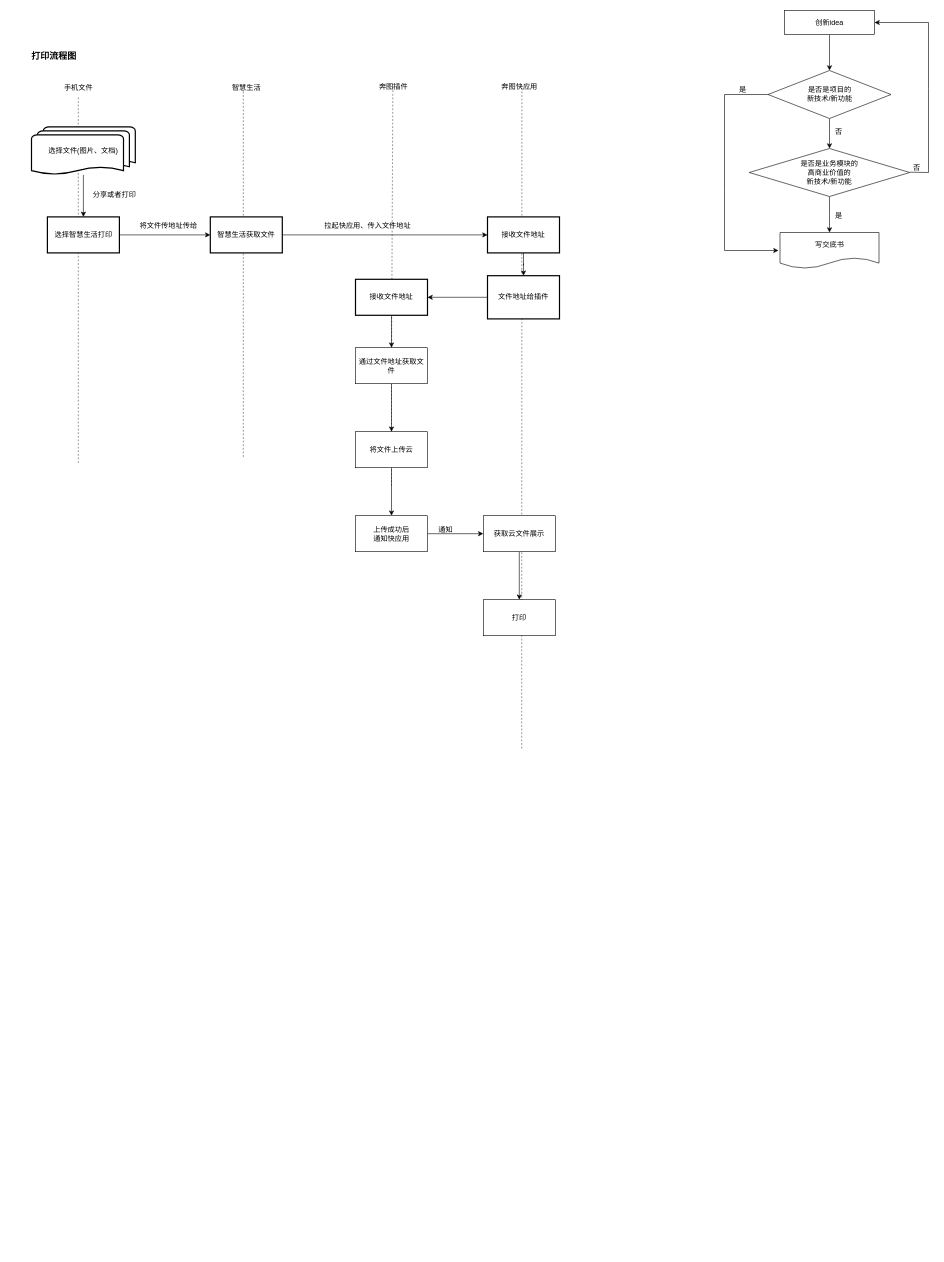
The draw.io diagram page "奔图" (1 of 8) of 流程图.drawio in xili95/liuChengTu, before the edit. Source tidied: cells renumbered, new cells numbered last; positions are measured from the earlier drawing's top-left corner, leaving out a move shared by most shapes. Both pictures are drawn from the tidied source at 60%, with x=0, y=0 at pixel (22, 10). Pictures stored in the file or linked from it are replaced by grey dashed boxes.
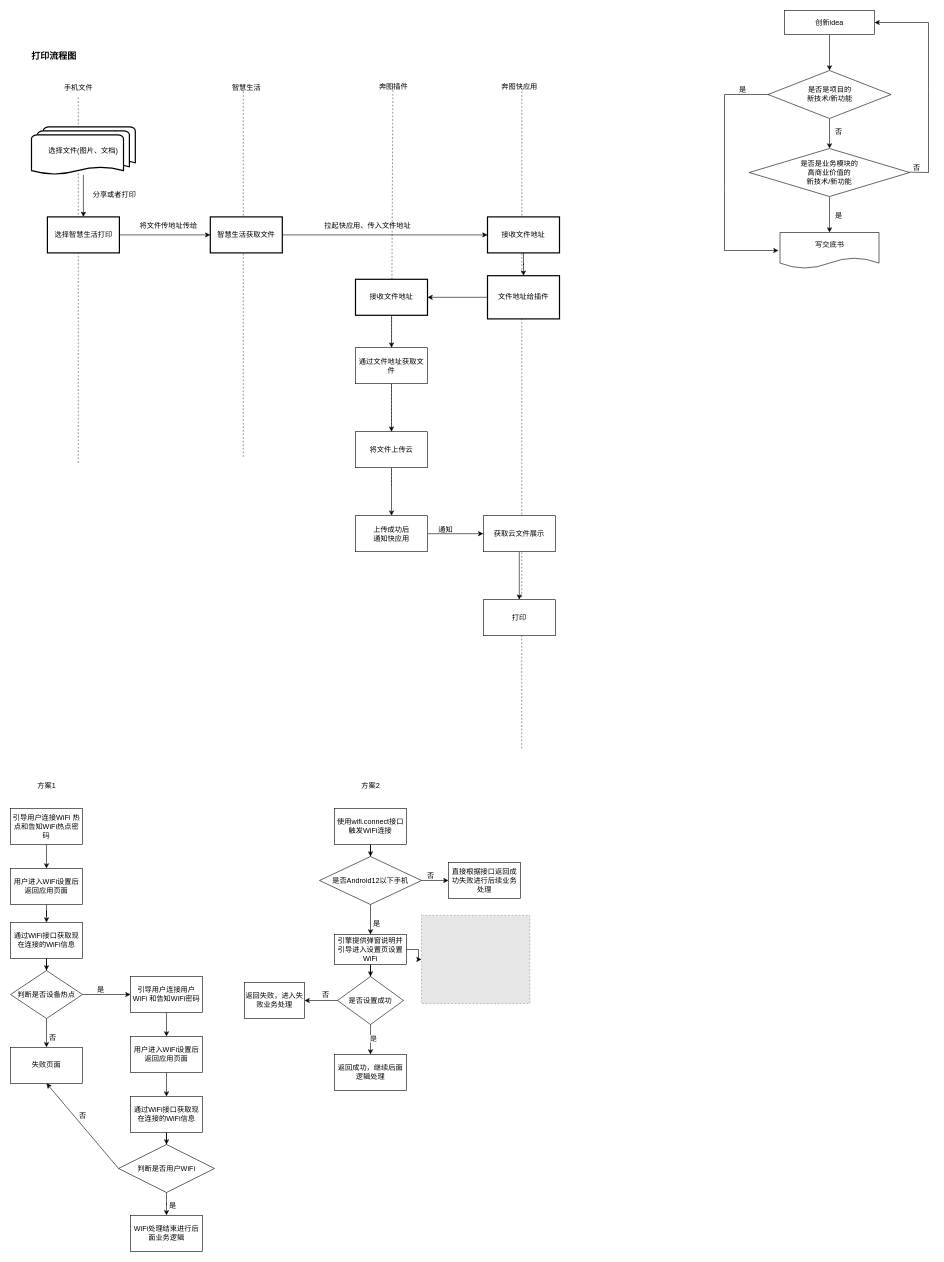
The same diagram, later.

Commit message:
更新流程图.drawio

Change to the diagram source:
```diff
@@
+    <mxCell id="52" value="方案1" style="text;html=1;align=center;verticalAlign=middle;strokeColor=none;fillColor=none;" parent="1" vertex="1">
+      <mxGeometry x="15" y="1278" width="50" height="30" as="geometry" />
+    </mxCell>
+    <mxCell id="53" style="edgeStyle=orthogonalEdgeStyle;rounded=0;jettySize=auto;html=1;" parent="1" edge="1" source="54" target="56">
+      <mxGeometry relative="1" as="geometry" />
+    </mxCell>
+    <mxCell id="54" value="引导用户连接WiFi 热点和告知WiFi热点密码" style="whiteSpace=wrap;html=1;" parent="1" vertex="1">
+      <mxGeometry x="-20" y="1330" width="120" height="60" as="geometry" />
+    </mxCell>
+    <mxCell id="55" style="edgeStyle=orthogonalEdgeStyle;rounded=0;jettySize=auto;html=1;" parent="1" edge="1" source="56" target="58">
+      <mxGeometry relative="1" as="geometry" />
+    </mxCell>
+    <mxCell id="56" value="用户进入WiFi设置后返回应用页面" style="whiteSpace=wrap;html=1;" parent="1" vertex="1">
+      <mxGeometry x="-20" y="1430" width="120" height="60" as="geometry" />
+    </mxCell>
+    <mxCell id="57" style="edgeStyle=orthogonalEdgeStyle;rounded=0;jettySize=auto;html=1;" parent="1" edge="1" source="58" target="61">
+      <mxGeometry relative="1" as="geometry" />
+    </mxCell>
+    <mxCell id="58" value="通过WiFi接口获取现在连接的WiFi信息" style="whiteSpace=wrap;html=1;" parent="1" vertex="1">
+      <mxGeometry x="-20" y="1520" width="120" height="60" as="geometry" />
+    </mxCell>
+    <mxCell id="59" style="edgeStyle=orthogonalEdgeStyle;rounded=0;jettySize=auto;html=1;" parent="1" edge="1" source="61" target="63">
+      <mxGeometry relative="1" as="geometry" />
+    </mxCell>
+    <mxCell id="60" style="edgeStyle=orthogonalEdgeStyle;rounded=0;jettySize=auto;html=1;" parent="1" edge="1" source="61" target="65">
+      <mxGeometry relative="1" as="geometry" />
+    </mxCell>
+    <mxCell id="61" value="判断是否设备热点" style="rhombus;whiteSpace=wrap;html=1;" parent="1" vertex="1">
+      <mxGeometry x="-20" y="1600" width="120" height="80" as="geometry" />
+    </mxCell>
+    <mxCell id="62" style="edgeStyle=orthogonalEdgeStyle;rounded=0;jettySize=auto;html=1;" parent="1" edge="1" source="63" target="68">
+      <mxGeometry relative="1" as="geometry" />
+    </mxCell>
+    <mxCell id="63" value="引导用户连接用户WiFi 和告知WiFi密码" style="whiteSpace=wrap;html=1;" parent="1" vertex="1">
+      <mxGeometry x="180" y="1610" width="120" height="60" as="geometry" />
+    </mxCell>
+    <mxCell id="64" value="是" style="text;html=1;align=center;verticalAlign=middle;strokeColor=none;fillColor=none;" parent="1" vertex="1">
+      <mxGeometry x="110" y="1618" width="40" height="30" as="geometry" />
+    </mxCell>
+    <mxCell id="65" value="失败页面" style="whiteSpace=wrap;html=1;" parent="1" vertex="1">
+      <mxGeometry x="-20" y="1728" width="120" height="60" as="geometry" />
+    </mxCell>
+    <mxCell id="66" value="否" style="text;html=1;align=center;verticalAlign=middle;strokeColor=none;fillColor=none;" parent="1" vertex="1">
+      <mxGeometry x="30" y="1698" width="40" height="30" as="geometry" />
+    </mxCell>
+    <mxCell id="67" style="edgeStyle=orthogonalEdgeStyle;rounded=0;jettySize=auto;html=1;" parent="1" edge="1" source="68" target="70">
+      <mxGeometry relative="1" as="geometry" />
+    </mxCell>
+    <mxCell id="68" value="用户进入WiFi设置后返回应用页面" style="whiteSpace=wrap;html=1;" parent="1" vertex="1">
+      <mxGeometry x="180" y="1710" width="120" height="60" as="geometry" />
+    </mxCell>
+    <mxCell id="69" style="edgeStyle=orthogonalEdgeStyle;rounded=0;jettySize=auto;html=1;" parent="1" edge="1" source="70" target="72">
+      <mxGeometry relative="1" as="geometry" />
+    </mxCell>
+    <mxCell id="70" value="通过WiFi接口获取现在连接的WiFi信息" style="whiteSpace=wrap;html=1;" parent="1" vertex="1">
+      <mxGeometry x="180" y="1810" width="120" height="60" as="geometry" />
+    </mxCell>
+    <mxCell id="71" style="edgeStyle=orthogonalEdgeStyle;rounded=0;jettySize=auto;html=1;" parent="1" edge="1" source="72" target="73">
+      <mxGeometry relative="1" as="geometry" />
+    </mxCell>
+    <mxCell id="72" value="判断是否用户WiFi" style="rhombus;whiteSpace=wrap;html=1;" parent="1" vertex="1">
+      <mxGeometry x="160" y="1890" width="160" height="80" as="geometry" />
+    </mxCell>
+    <mxCell id="73" value="WiFi处理结束进行后面业务逻辑" style="whiteSpace=wrap;html=1;" parent="1" vertex="1">
+      <mxGeometry x="180" y="2008" width="120" height="60" as="geometry" />
+    </mxCell>
+    <mxCell id="74" value="是" style="text;html=1;align=center;verticalAlign=middle;strokeColor=none;fillColor=none;" parent="1" vertex="1">
+      <mxGeometry x="230" y="1978" width="40" height="30" as="geometry" />
+    </mxCell>
+    <mxCell id="75" style="edgeStyle=none;jettySize=auto;html=1;rounded=0;entryX=0.5;entryY=1;entryDx=0;entryDy=0;exitX=0;exitY=0.5;exitDx=0;exitDy=0;" parent="1" edge="1" source="72" target="65">
+      <mxGeometry relative="1" as="geometry" />
+    </mxCell>
+    <mxCell id="76" value="否" style="text;html=1;align=center;verticalAlign=middle;strokeColor=none;fillColor=none;" parent="1" vertex="1">
+      <mxGeometry x="80" y="1828" width="40" height="30" as="geometry" />
+    </mxCell>
+    <mxCell id="77" value="方案2" style="text;html=1;align=center;verticalAlign=middle;strokeColor=none;fillColor=none;" parent="1" vertex="1">
+      <mxGeometry x="555" y="1278" width="50" height="30" as="geometry" />
+    </mxCell>
+    <mxCell id="78" style="edgeStyle=orthogonalEdgeStyle;rounded=0;jettySize=auto;html=1;" parent="1" edge="1" source="79" target="82">
+      <mxGeometry relative="1" as="geometry" />
+    </mxCell>
+    <mxCell id="79" value="使用wifi.connect接口触发WiFi连接" style="whiteSpace=wrap;html=1;" parent="1" vertex="1">
+      <mxGeometry x="520" y="1330" width="120" height="60" as="geometry" />
+    </mxCell>
+    <mxCell id="80" style="edgeStyle=orthogonalEdgeStyle;rounded=0;jettySize=auto;html=1;" parent="1" edge="1" source="82" target="85">
+      <mxGeometry relative="1" as="geometry" />
+    </mxCell>
+    <mxCell id="81" style="edgeStyle=orthogonalEdgeStyle;rounded=0;jettySize=auto;html=1;" parent="1" edge="1" source="82" target="95">
+      <mxGeometry relative="1" as="geometry" />
+    </mxCell>
+    <mxCell id="82" value="是否Android12以下手机" style="rhombus;whiteSpace=wrap;html=1;" parent="1" vertex="1">
+      <mxGeometry x="495" y="1410" width="170" height="80" as="geometry" />
+    </mxCell>
+    <mxCell id="83" style="edgeStyle=orthogonalEdgeStyle;rounded=0;jettySize=auto;html=1;" parent="1" edge="1" source="85" target="91">
+      <mxGeometry relative="1" as="geometry" />
+    </mxCell>
+    <mxCell id="84" style="edgeStyle=orthogonalEdgeStyle;rounded=0;jettySize=auto;html=1;" parent="1" edge="1" source="85" target="87">
+      <mxGeometry relative="1" as="geometry" />
+    </mxCell>
+    <mxCell id="85" value="引擎提供弹窗说明并引导进入设置页设置WiFi" style="whiteSpace=wrap;html=1;" parent="1" vertex="1">
+      <mxGeometry x="520" y="1540" width="120" height="50" as="geometry" />
+    </mxCell>
+    <mxCell id="86" value="是" style="text;html=1;align=center;verticalAlign=middle;strokeColor=none;fillColor=none;" parent="1" vertex="1">
+      <mxGeometry x="570" y="1508" width="40" height="30" as="geometry" />
+    </mxCell>
+    <mxCell id="87" style="fillColor=#E6E6E6;strokeColor=#999999;dashed=1;verticalLabelPosition=bottom;labelBackgroundColor=default;verticalAlign=top;" parent="1" vertex="1">
+      <mxGeometry x="665" y="1508" width="180.6" height="147" as="geometry" />
+    </mxCell>
+    <mxCell id="88" style="edgeStyle=orthogonalEdgeStyle;rounded=0;jettySize=auto;html=1;" parent="1" edge="1" source="91" target="92">
+      <mxGeometry relative="1" as="geometry" />
+    </mxCell>
+    <mxCell id="89" value="是" style="edgeLabel;html=1;align=center;verticalAlign=middle;" parent="88" vertex="1">
+      <mxGeometry x="-0.09" y="4" relative="1" as="geometry" />
+    </mxCell>
+    <mxCell id="90" style="edgeStyle=orthogonalEdgeStyle;rounded=0;jettySize=auto;html=1;" parent="1" edge="1" source="91" target="93">
+      <mxGeometry relative="1" as="geometry" />
+    </mxCell>
+    <mxCell id="91" value="是否设置成功" style="rhombus;whiteSpace=wrap;html=1;" parent="1" vertex="1">
+      <mxGeometry x="525" y="1610" width="110" height="80" as="geometry" />
+    </mxCell>
+    <mxCell id="92" value="返回成功，继续后面逻辑处理" style="whiteSpace=wrap;html=1;" parent="1" vertex="1">
+      <mxGeometry x="520" y="1740" width="120" height="60" as="geometry" />
+    </mxCell>
+    <mxCell id="93" value="返回失败，进入失败业务处理" style="whiteSpace=wrap;html=1;" parent="1" vertex="1">
+      <mxGeometry x="370" y="1620" width="100" height="60" as="geometry" />
+    </mxCell>
+    <mxCell id="94" value="否" style="text;html=1;align=center;verticalAlign=middle;strokeColor=none;fillColor=none;" parent="1" vertex="1">
+      <mxGeometry x="485" y="1625" width="40" height="30" as="geometry" />
+    </mxCell>
+    <mxCell id="95" value="直接根据接口返回成功失败进行后续业务处理" style="whiteSpace=wrap;html=1;" parent="1" vertex="1">
+      <mxGeometry x="710" y="1420" width="120" height="60" as="geometry" />
+    </mxCell>
+    <mxCell id="96" value="否" style="text;html=1;align=center;verticalAlign=middle;strokeColor=none;fillColor=none;" parent="1" vertex="1">
+      <mxGeometry x="660" y="1428" width="40" height="30" as="geometry" />
+    </mxCell>
```
